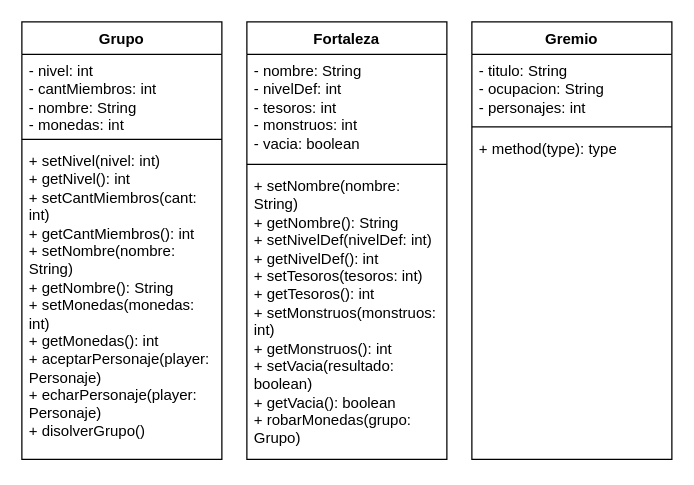
This is Diagrama sin título.drawio from akiipv/Practica_Entornos, a draw.io file, before an edit. Source tidied: cells renumbered, new cells numbered last; positions are measured from the earlier drawing's top-left corner, leaving out a move shared by most shapes. Both pictures are drawn from the tidied source at 125%, with x=0, y=0 at pixel (21, 21).
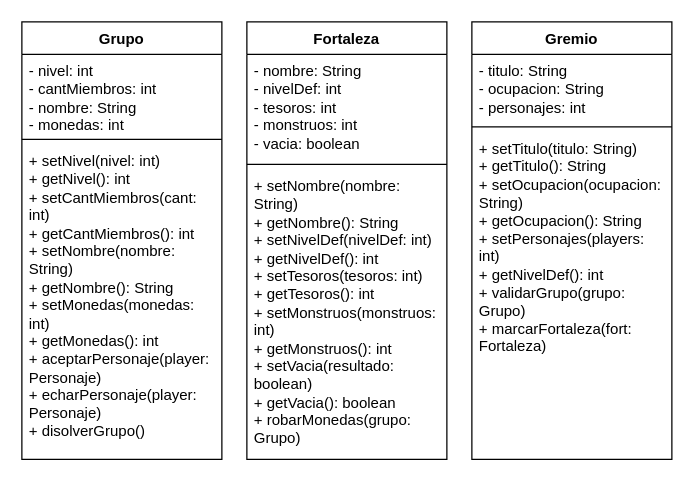
After the change.

Change to the diagram source:
```diff
@@
 <mxGraphModel>
   <root>
     <mxCell id="0" />
     <mxCell id="1" parent="0" />
     <mxCell id="2" value="Grupo" style="swimlane;fontStyle=1;align=center;verticalAlign=top;horizontal=1;startSize=26;whiteSpace=wrap;html=1;" parent="1" vertex="1">
       <mxGeometry width="160" height="350" as="geometry" />
     </mxCell>
     <mxCell id="3" value="&lt;div&gt;- nivel: int&lt;/div&gt;&lt;div&gt;- cantMiembros: int&lt;/div&gt;&lt;div&gt;- nombre: String&lt;/div&gt;&lt;div&gt;- monedas: int&lt;/div&gt;" style="text;strokeColor=none;fillColor=none;align=left;verticalAlign=top;spacingLeft=4;spacingRight=4;overflow=hidden;whiteSpace=wrap;html=1;" parent="2" vertex="1">
       <mxGeometry y="26" width="160" height="64" as="geometry" />
     </mxCell>
     <mxCell id="4" style="line;strokeWidth=1;fillColor=none;align=left;verticalAlign=middle;spacingTop=-1;spacingLeft=3;spacingRight=3;labelPosition=right;strokeColor=inherit;" parent="2" vertex="1">
       <mxGeometry y="90" width="160" height="8" as="geometry" />
     </mxCell>
     <mxCell id="5" value="&lt;div&gt;&lt;div&gt;+ setNivel(nivel: int)&lt;/div&gt;&lt;div&gt;+ getNivel(): int&lt;/div&gt;&lt;div&gt;+ setCantMiembros(cant: int)&lt;/div&gt;&lt;div&gt;+ getCantMiembros(): int&lt;div&gt;+ setNombre(nombre: String)&lt;/div&gt;&lt;div&gt;+ getNombre(): String&lt;div&gt;+ setMonedas(monedas: int)&lt;/div&gt;&lt;div&gt;+ getMonedas(): int&lt;/div&gt;&lt;/div&gt;&lt;/div&gt;&lt;/div&gt;&lt;div&gt;+ aceptarPersonaje(player: Personaje)&lt;/div&gt;&lt;div&gt;+ echarPersonaje(player: Personaje)&lt;/div&gt;&lt;div&gt;+ disolverGrupo()&lt;/div&gt;" style="text;strokeColor=none;fillColor=none;align=left;verticalAlign=top;spacingLeft=4;spacingRight=4;overflow=hidden;whiteSpace=wrap;html=1;" parent="2" vertex="1">
       <mxGeometry y="98" width="160" height="252" as="geometry" />
     </mxCell>
     <mxCell id="6" value="Fortaleza" style="swimlane;fontStyle=1;align=center;verticalAlign=top;horizontal=1;startSize=26;whiteSpace=wrap;html=1;" parent="1" vertex="1">
       <mxGeometry x="180" width="160" height="350" as="geometry" />
     </mxCell>
     <mxCell id="7" value="&lt;div&gt;- nombre: String&lt;/div&gt;&lt;div&gt;- nivelDef: int&lt;/div&gt;&lt;div&gt;- tesoros: int&lt;/div&gt;&lt;div&gt;- monstruos: int&lt;/div&gt;&lt;div&gt;- vacia: boolean&lt;/div&gt;" style="text;strokeColor=none;fillColor=none;align=left;verticalAlign=top;spacingLeft=4;spacingRight=4;overflow=hidden;whiteSpace=wrap;html=1;" parent="6" vertex="1">
       <mxGeometry y="26" width="160" height="84" as="geometry" />
     </mxCell>
     <mxCell id="8" style="line;strokeWidth=1;fillColor=none;align=left;verticalAlign=middle;spacingTop=-1;spacingLeft=3;spacingRight=3;labelPosition=right;strokeColor=inherit;" parent="6" vertex="1">
       <mxGeometry y="110" width="160" height="8" as="geometry" />
     </mxCell>
     <mxCell id="9" value="&lt;div&gt;&lt;div&gt;&lt;div&gt;+ setNombre(nombre: String)&lt;/div&gt;&lt;div&gt;+ getNombre(): String&lt;/div&gt;+ setNivelDef(nivelDef: int)&lt;/div&gt;&lt;div&gt;+ getNivelDef(): int&lt;div&gt;+ setTesoros(tesoros: int)&lt;/div&gt;&lt;div&gt;+ getTesoros(): int&lt;div&gt;+ setMonstruos(monstruos: int)&lt;/div&gt;&lt;div&gt;+ getMonstruos(): int&lt;div&gt;+ setVacia(resultado: boolean)&lt;/div&gt;&lt;div&gt;+ getVacia(): boolean&lt;/div&gt;&lt;div&gt;+ robarMonedas(grupo: Grupo)&lt;/div&gt;&lt;/div&gt;&lt;/div&gt;&lt;/div&gt;&lt;/div&gt;" style="text;strokeColor=none;fillColor=none;align=left;verticalAlign=top;spacingLeft=4;spacingRight=4;overflow=hidden;whiteSpace=wrap;html=1;" parent="6" vertex="1">
       <mxGeometry y="118" width="160" height="232" as="geometry" />
     </mxCell>
     <mxCell id="10" value="Gremio" style="swimlane;fontStyle=1;align=center;verticalAlign=top;horizontal=1;startSize=26;whiteSpace=wrap;html=1;" parent="1" vertex="1">
       <mxGeometry x="360" width="160" height="350" as="geometry" />
     </mxCell>
     <mxCell id="11" value="&lt;div&gt;- titulo: String&lt;/div&gt;&lt;div&gt;- ocupacion: String&lt;/div&gt;&lt;div&gt;- personajes: int&lt;/div&gt;" style="text;strokeColor=none;fillColor=none;align=left;verticalAlign=top;spacingLeft=4;spacingRight=4;overflow=hidden;whiteSpace=wrap;html=1;" parent="10" vertex="1">
       <mxGeometry y="26" width="160" height="54" as="geometry" />
     </mxCell>
     <mxCell id="12" style="line;strokeWidth=1;fillColor=none;align=left;verticalAlign=middle;spacingTop=-1;spacingLeft=3;spacingRight=3;labelPosition=right;strokeColor=inherit;" parent="10" vertex="1">
       <mxGeometry y="80" width="160" height="8" as="geometry" />
     </mxCell>
-    <mxCell id="13" value="+ method(type): type" style="text;strokeColor=none;fillColor=none;align=left;verticalAlign=top;spacingLeft=4;spacingRight=4;overflow=hidden;whiteSpace=wrap;html=1;" parent="10" vertex="1">
+    <mxCell id="13" value="&lt;div&gt;&lt;div&gt;&lt;div&gt;+ setTitulo(titulo: String)&lt;/div&gt;&lt;div&gt;+ getTitulo(): String&lt;div&gt;+ setOcupacion(ocupacion: String)&lt;/div&gt;&lt;div&gt;+ getOcupacion(): String&lt;/div&gt;&lt;/div&gt;+ setPersonajes(players: int)&lt;/div&gt;&lt;div&gt;+ getNivelDef(): int&lt;/div&gt;+ validarGrupo(grupo: Grupo)&lt;/div&gt;&lt;div&gt;+ marcarFortaleza(fort: Fortaleza)&lt;/div&gt;" style="text;strokeColor=none;fillColor=none;align=left;verticalAlign=top;spacingLeft=4;spacingRight=4;overflow=hidden;whiteSpace=wrap;html=1;" parent="10" vertex="1">
       <mxGeometry y="88" width="160" height="262" as="geometry" />
     </mxCell>
   </root>
 </mxGraphModel>
```
